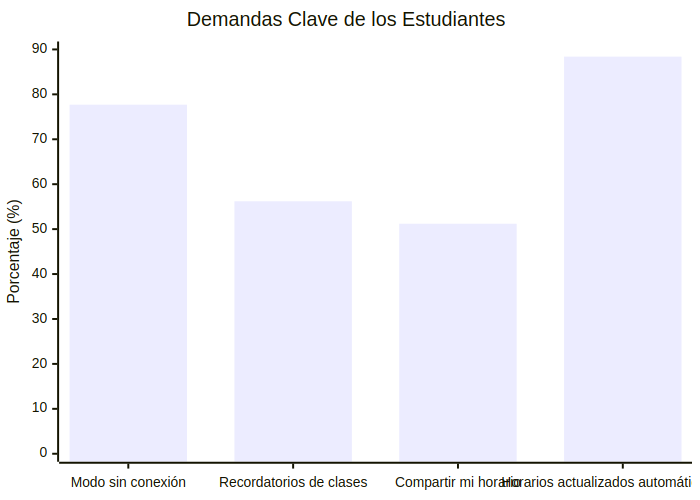
smith-3/Taller-Grado-II keeps this Mermaid diagram as images/diagrams/encuesta_demandas.png. Above is the earlier version. Its source is kept beside it as images/diagrams/encuesta_demandas.mmd.
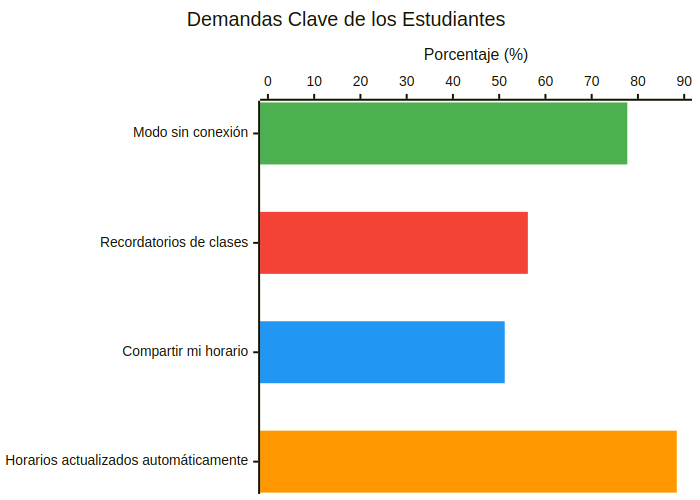
The same diagram one commit later.

Change to the diagram source:
```diff
@@ -1,5 +1,16 @@
-xychart-beta
+%%{init: {
+  'theme': 'default',
+  'themeVariables': {
+    'xyChart': {
+      'plotColorPalette': '#4CAF50, #F44336, #2196F3, #FF9800'
+    }
+  }
+}}%%
+xychart-beta horizontal
     title "Demandas Clave de los Estudiantes"
     x-axis ["Modo sin conexión", "Recordatorios de clases", "Compartir mi horario", "Horarios actualizados automáticamente"]
     y-axis "Porcentaje (%)" 0 --> 90
-    bar [77.7, 56.2, 51.2, 88.4]
+    bar [77.7, -1.9, -1.9, -1.9]
+    bar [-1.9, 56.2, -1.9, -1.9]
+    bar [-1.9, -1.9, 51.2, -1.9]
+    bar [-1.9, -1.9, -1.9, 88.4]
```
